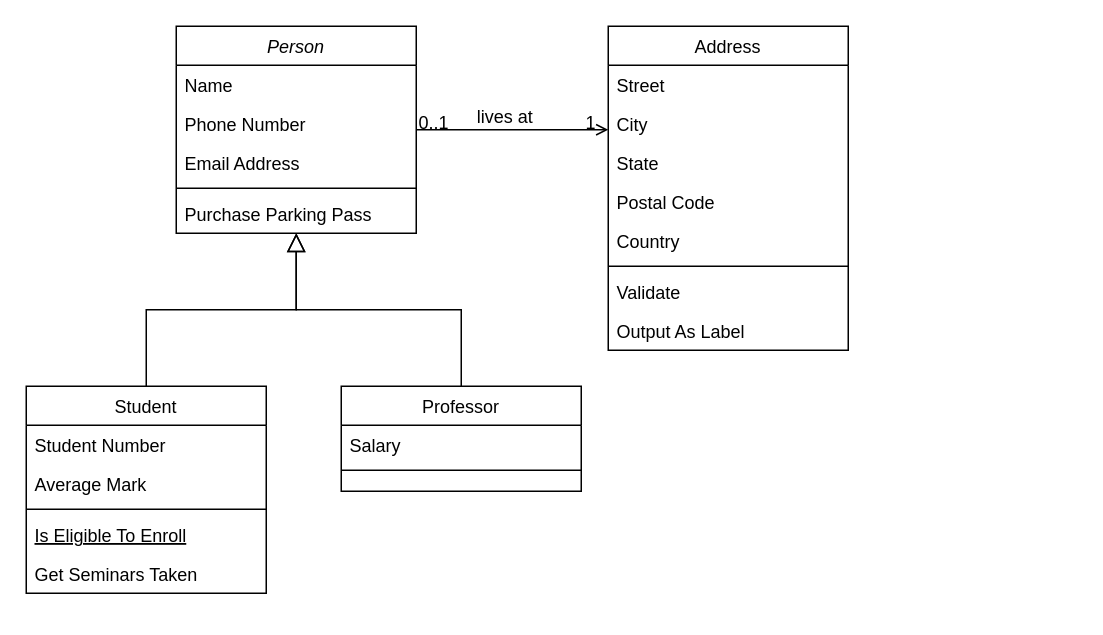
The draw.io diagram 02_assignments/Logical Model - Bookstore.drawio in lynnc00/sql, before the edit. Source tidied: cells renumbered, new cells numbered last; positions are measured from the earlier drawing's top-left corner, leaving out a move shared by most shapes. Both pictures are drawn from the tidied source at 150%, with x=0, y=0 at pixel (26, 26).
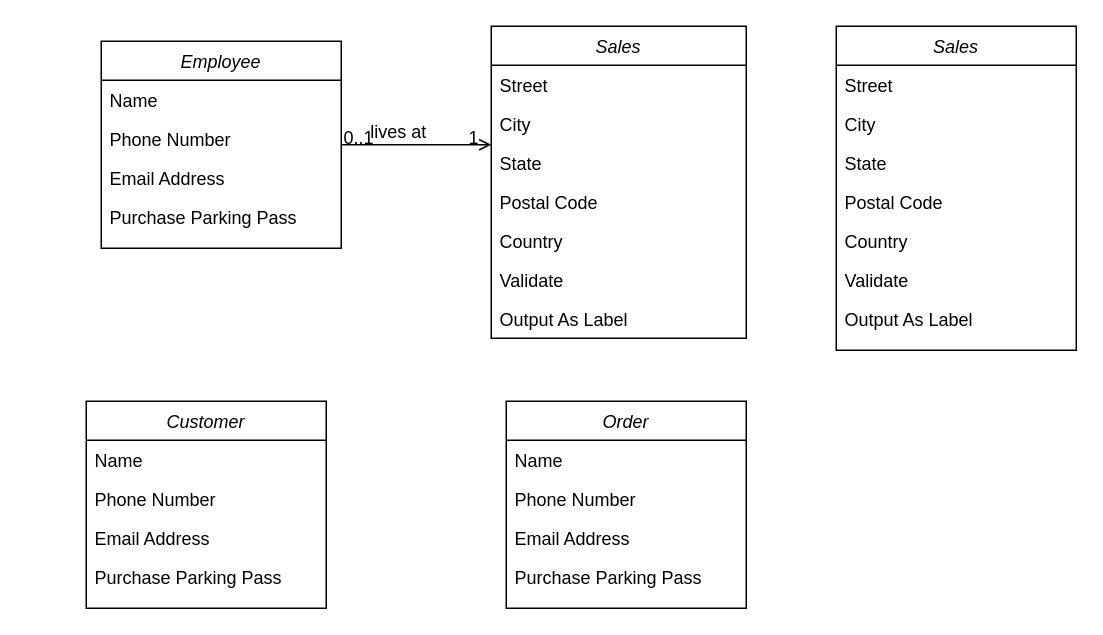
The same diagram, later.

The edit, as a diff of the source:
```diff
@@
-    <mxCell id="2" value="Person" style="swimlane;fontStyle=2;align=center;verticalAlign=top;horizontal=1;startSize=26;rounded=0;shadow=0;strokeWidth=1;" parent="1" vertex="1">
-      <mxGeometry x="100" width="160" height="138" as="geometry" />
+    <mxCell id="2" value="Employee" style="swimlane;fontStyle=2;align=center;verticalAlign=top;horizontal=1;startSize=26;rounded=0;shadow=0;strokeWidth=1;" parent="1" vertex="1">
+      <mxGeometry x="50" y="10" width="160" height="138" as="geometry" />
     </mxCell>
@@
-    <mxCell id="6" style="line;html=1;strokeWidth=1;align=left;verticalAlign=middle;spacingTop=-1;spacingLeft=3;spacingRight=3;labelPosition=right;" parent="2" vertex="1">
-      <mxGeometry y="104" width="160" height="8" as="geometry" />
-    </mxCell>
     <mxCell id="7" value="Purchase Parking Pass" style="text;align=left;verticalAlign=top;spacingLeft=4;spacingRight=4;overflow=hidden;" parent="2" vertex="1">
-      <mxGeometry y="112" width="160" height="26" as="geometry" />
+      <mxGeometry y="104" width="160" height="26" as="geometry" />
     </mxCell>
-    <mxCell id="8" value="Student" style="swimlane;fontStyle=0;align=center;verticalAlign=top;horizontal=1;startSize=26;rounded=0;shadow=0;strokeWidth=1;" parent="1" vertex="1">
-      <mxGeometry y="240" width="160" height="138" as="geometry" />
-    </mxCell>
-    <mxCell id="9" value="Student Number" style="text;align=left;verticalAlign=top;spacingLeft=4;spacingRight=4;overflow=hidden;" parent="8" vertex="1">
-      <mxGeometry y="26" width="160" height="26" as="geometry" />
-    </mxCell>
-    <mxCell id="10" value="Average Mark" style="text;align=left;verticalAlign=top;spacingLeft=4;spacingRight=4;overflow=hidden;rounded=0;shadow=0;html=0;" parent="8" vertex="1">
-      <mxGeometry y="52" width="160" height="26" as="geometry" />
-    </mxCell>
-    <mxCell id="11" style="line;html=1;strokeWidth=1;align=left;verticalAlign=middle;spacingTop=-1;spacingLeft=3;spacingRight=3;labelPosition=right;" parent="8" vertex="1">
-      <mxGeometry y="78" width="160" height="8" as="geometry" />
-    </mxCell>
-    <mxCell id="12" value="Is Eligible To Enroll" style="text;align=left;verticalAlign=top;spacingLeft=4;spacingRight=4;overflow=hidden;fontStyle=4;" parent="8" vertex="1">
-      <mxGeometry y="86" width="160" height="26" as="geometry" />
-    </mxCell>
-    <mxCell id="13" value="Get Seminars Taken" style="text;align=left;verticalAlign=top;spacingLeft=4;spacingRight=4;overflow=hidden;" parent="8" vertex="1">
-      <mxGeometry y="112" width="160" height="26" as="geometry" />
-    </mxCell>
-    <mxCell id="14" style="endArrow=block;endSize=10;endFill=0;shadow=0;strokeWidth=1;rounded=0;curved=0;edgeStyle=elbowEdgeStyle;elbow=vertical;" parent="1" edge="1" source="8" target="2">
-      <mxGeometry relative="1" as="geometry" />
-    </mxCell>
-    <mxCell id="15" value="Professor" style="swimlane;fontStyle=0;align=center;verticalAlign=top;horizontal=1;startSize=26;rounded=0;shadow=0;strokeWidth=1;" parent="1" vertex="1">
-      <mxGeometry x="210" y="240" width="160" height="70" as="geometry" />
-    </mxCell>
-    <mxCell id="16" value="Salary" style="text;align=left;verticalAlign=top;spacingLeft=4;spacingRight=4;overflow=hidden;" parent="15" vertex="1">
-      <mxGeometry y="26" width="160" height="26" as="geometry" />
-    </mxCell>
-    <mxCell id="17" style="line;html=1;strokeWidth=1;align=left;verticalAlign=middle;spacingTop=-1;spacingLeft=3;spacingRight=3;labelPosition=right;" parent="15" vertex="1">
-      <mxGeometry y="52" width="160" height="8" as="geometry" />
-    </mxCell>
-    <mxCell id="18" style="endArrow=block;endSize=10;endFill=0;shadow=0;strokeWidth=1;rounded=0;curved=0;edgeStyle=elbowEdgeStyle;elbow=vertical;" parent="1" edge="1" source="15" target="2">
-      <mxGeometry relative="1" as="geometry" />
-    </mxCell>
-    <mxCell id="19" value="Address" style="swimlane;fontStyle=0;align=center;verticalAlign=top;horizontal=1;startSize=26;rounded=0;shadow=0;strokeWidth=1;" parent="1" vertex="1">
-      <mxGeometry x="388" width="160" height="216" as="geometry" />
+    <mxCell id="19" value="Sales" style="swimlane;fontStyle=2;align=center;verticalAlign=top;horizontal=1;startSize=26;rounded=0;shadow=0;strokeWidth=1;" parent="1" vertex="1">
+      <mxGeometry x="310" width="170" height="208" as="geometry" />
     </mxCell>
     <mxCell id="20" value="Street" style="text;align=left;verticalAlign=top;spacingLeft=4;spacingRight=4;overflow=hidden;" parent="19" vertex="1">
-      <mxGeometry y="26" width="160" height="26" as="geometry" />
+      <mxGeometry y="26" width="170" height="26" as="geometry" />
     </mxCell>
     <mxCell id="21" value="City" style="text;align=left;verticalAlign=top;spacingLeft=4;spacingRight=4;overflow=hidden;rounded=0;shadow=0;html=0;" parent="19" vertex="1">
-      <mxGeometry y="52" width="160" height="26" as="geometry" />
+      <mxGeometry y="52" width="170" height="26" as="geometry" />
     </mxCell>
     <mxCell id="22" value="State" style="text;align=left;verticalAlign=top;spacingLeft=4;spacingRight=4;overflow=hidden;rounded=0;shadow=0;html=0;" parent="19" vertex="1">
-      <mxGeometry y="78" width="160" height="26" as="geometry" />
+      <mxGeometry y="78" width="170" height="26" as="geometry" />
     </mxCell>
     <mxCell id="23" value="Postal Code" style="text;align=left;verticalAlign=top;spacingLeft=4;spacingRight=4;overflow=hidden;rounded=0;shadow=0;html=0;" parent="19" vertex="1">
-      <mxGeometry y="104" width="160" height="26" as="geometry" />
+      <mxGeometry y="104" width="170" height="26" as="geometry" />
     </mxCell>
     <mxCell id="24" value="Country" style="text;align=left;verticalAlign=top;spacingLeft=4;spacingRight=4;overflow=hidden;rounded=0;shadow=0;html=0;" parent="19" vertex="1">
-      <mxGeometry y="130" width="160" height="26" as="geometry" />
+      <mxGeometry y="130" width="170" height="26" as="geometry" />
     </mxCell>
-    <mxCell id="25" style="line;html=1;strokeWidth=1;align=left;verticalAlign=middle;spacingTop=-1;spacingLeft=3;spacingRight=3;labelPosition=right;" parent="19" vertex="1">
-      <mxGeometry y="156" width="160" height="8" as="geometry" />
-    </mxCell>
     <mxCell id="26" value="Validate" style="text;align=left;verticalAlign=top;spacingLeft=4;spacingRight=4;overflow=hidden;" parent="19" vertex="1">
-      <mxGeometry y="164" width="160" height="26" as="geometry" />
+      <mxGeometry y="156" width="170" height="26" as="geometry" />
     </mxCell>
     <mxCell id="27" value="Output As Label" style="text;align=left;verticalAlign=top;spacingLeft=4;spacingRight=4;overflow=hidden;" parent="19" vertex="1">
-      <mxGeometry y="190" width="160" height="26" as="geometry" />
+      <mxGeometry y="182" width="170" height="26" as="geometry" />
     </mxCell>
@@
+    <mxCell id="32" value="Customer" style="swimlane;fontStyle=2;align=center;verticalAlign=top;horizontal=1;startSize=26;rounded=0;shadow=0;strokeWidth=1;" parent="1" vertex="1">
+      <mxGeometry x="40" y="250" width="160" height="138" as="geometry" />
+    </mxCell>
+    <mxCell id="33" value="Name" style="text;align=left;verticalAlign=top;spacingLeft=4;spacingRight=4;overflow=hidden;" parent="32" vertex="1">
+      <mxGeometry y="26" width="160" height="26" as="geometry" />
+    </mxCell>
+    <mxCell id="34" value="Phone Number" style="text;align=left;verticalAlign=top;spacingLeft=4;spacingRight=4;overflow=hidden;rounded=0;shadow=0;html=0;" parent="32" vertex="1">
+      <mxGeometry y="52" width="160" height="26" as="geometry" />
+    </mxCell>
+    <mxCell id="35" value="Email Address" style="text;align=left;verticalAlign=top;spacingLeft=4;spacingRight=4;overflow=hidden;rounded=0;shadow=0;html=0;" parent="32" vertex="1">
+      <mxGeometry y="78" width="160" height="26" as="geometry" />
+    </mxCell>
+    <mxCell id="36" value="Purchase Parking Pass" style="text;align=left;verticalAlign=top;spacingLeft=4;spacingRight=4;overflow=hidden;" parent="32" vertex="1">
+      <mxGeometry y="104" width="160" height="26" as="geometry" />
+    </mxCell>
+    <mxCell id="37" value="Order" style="swimlane;fontStyle=2;align=center;verticalAlign=top;horizontal=1;startSize=26;rounded=0;shadow=0;strokeWidth=1;" parent="1" vertex="1">
+      <mxGeometry x="320" y="250" width="160" height="138" as="geometry" />
+    </mxCell>
+    <mxCell id="38" value="Name" style="text;align=left;verticalAlign=top;spacingLeft=4;spacingRight=4;overflow=hidden;" parent="37" vertex="1">
+      <mxGeometry y="26" width="160" height="26" as="geometry" />
+    </mxCell>
+    <mxCell id="39" value="Phone Number" style="text;align=left;verticalAlign=top;spacingLeft=4;spacingRight=4;overflow=hidden;rounded=0;shadow=0;html=0;" parent="37" vertex="1">
+      <mxGeometry y="52" width="160" height="26" as="geometry" />
+    </mxCell>
+    <mxCell id="40" value="Email Address" style="text;align=left;verticalAlign=top;spacingLeft=4;spacingRight=4;overflow=hidden;rounded=0;shadow=0;html=0;" parent="37" vertex="1">
+      <mxGeometry y="78" width="160" height="26" as="geometry" />
+    </mxCell>
+    <mxCell id="41" value="Purchase Parking Pass" style="text;align=left;verticalAlign=top;spacingLeft=4;spacingRight=4;overflow=hidden;" parent="37" vertex="1">
+      <mxGeometry y="104" width="160" height="26" as="geometry" />
+    </mxCell>
+    <mxCell id="42" value="Sales" style="swimlane;fontStyle=2;align=center;verticalAlign=top;horizontal=1;startSize=26;rounded=0;shadow=0;strokeWidth=1;" parent="1" vertex="1">
+      <mxGeometry x="540" width="160" height="216" as="geometry" />
+    </mxCell>
+    <mxCell id="43" value="Street" style="text;align=left;verticalAlign=top;spacingLeft=4;spacingRight=4;overflow=hidden;" parent="42" vertex="1">
+      <mxGeometry y="26" width="160" height="26" as="geometry" />
+    </mxCell>
+    <mxCell id="44" value="City" style="text;align=left;verticalAlign=top;spacingLeft=4;spacingRight=4;overflow=hidden;rounded=0;shadow=0;html=0;" parent="42" vertex="1">
+      <mxGeometry y="52" width="160" height="26" as="geometry" />
+    </mxCell>
+    <mxCell id="45" value="State" style="text;align=left;verticalAlign=top;spacingLeft=4;spacingRight=4;overflow=hidden;rounded=0;shadow=0;html=0;" parent="42" vertex="1">
+      <mxGeometry y="78" width="160" height="26" as="geometry" />
+    </mxCell>
+    <mxCell id="46" value="Postal Code" style="text;align=left;verticalAlign=top;spacingLeft=4;spacingRight=4;overflow=hidden;rounded=0;shadow=0;html=0;" parent="42" vertex="1">
+      <mxGeometry y="104" width="160" height="26" as="geometry" />
+    </mxCell>
+    <mxCell id="47" value="Country" style="text;align=left;verticalAlign=top;spacingLeft=4;spacingRight=4;overflow=hidden;rounded=0;shadow=0;html=0;" parent="42" vertex="1">
+      <mxGeometry y="130" width="160" height="26" as="geometry" />
+    </mxCell>
+    <mxCell id="48" value="Validate" style="text;align=left;verticalAlign=top;spacingLeft=4;spacingRight=4;overflow=hidden;" parent="42" vertex="1">
+      <mxGeometry y="156" width="160" height="26" as="geometry" />
+    </mxCell>
+    <mxCell id="49" value="Output As Label" style="text;align=left;verticalAlign=top;spacingLeft=4;spacingRight=4;overflow=hidden;" parent="42" vertex="1">
+      <mxGeometry y="182" width="160" height="26" as="geometry" />
+    </mxCell>
```
